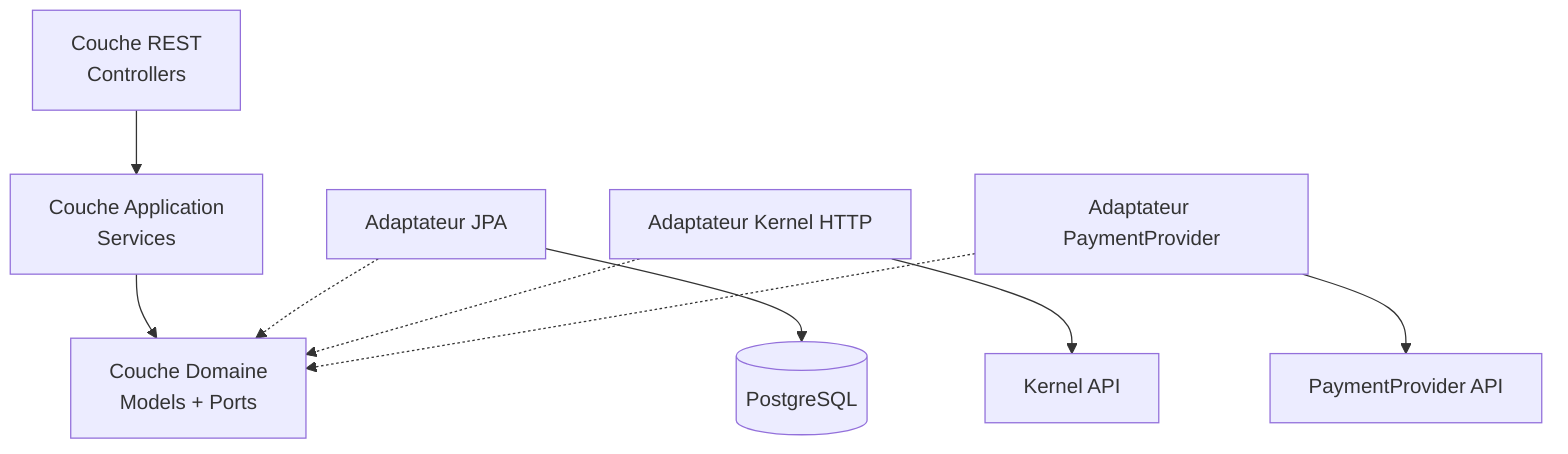
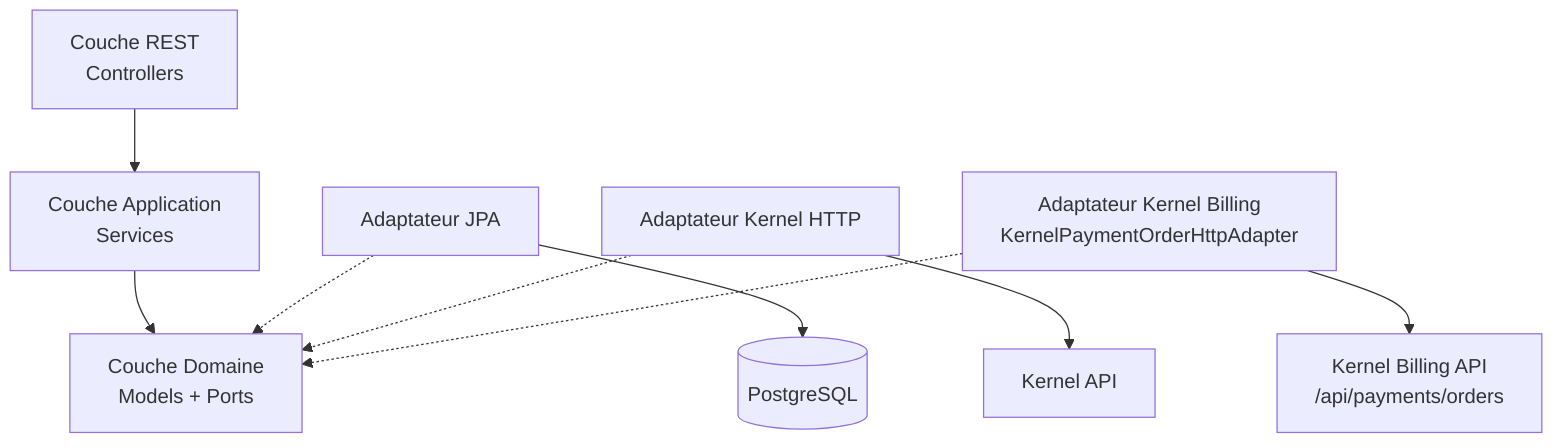
flowchart TB
    REST[Couche REST<br/>Controllers]
    APP[Couche Application<br/>Services]
    DOM[Couche Domaine<br/>Models + Ports]
    JPA[Adaptateur JPA]
    KERN[Adaptateur Kernel HTTP]
-     CAMP[Adaptateur PaymentProvider]
+     CAMP[Adaptateur Kernel Billing<br/>KernelPaymentOrderHttpAdapter]

    PG[(PostgreSQL)]
    KAPI[Kernel API]
-     CAPI[PaymentProvider API]
+     CAPI[Kernel Billing API<br/>/api/payments/orders]

    REST --> APP
    APP --> DOM
    JPA -.-> DOM
    KERN -.-> DOM
    CAMP -.-> DOM
    JPA --> PG
    KERN --> KAPI
    CAMP --> CAPI
